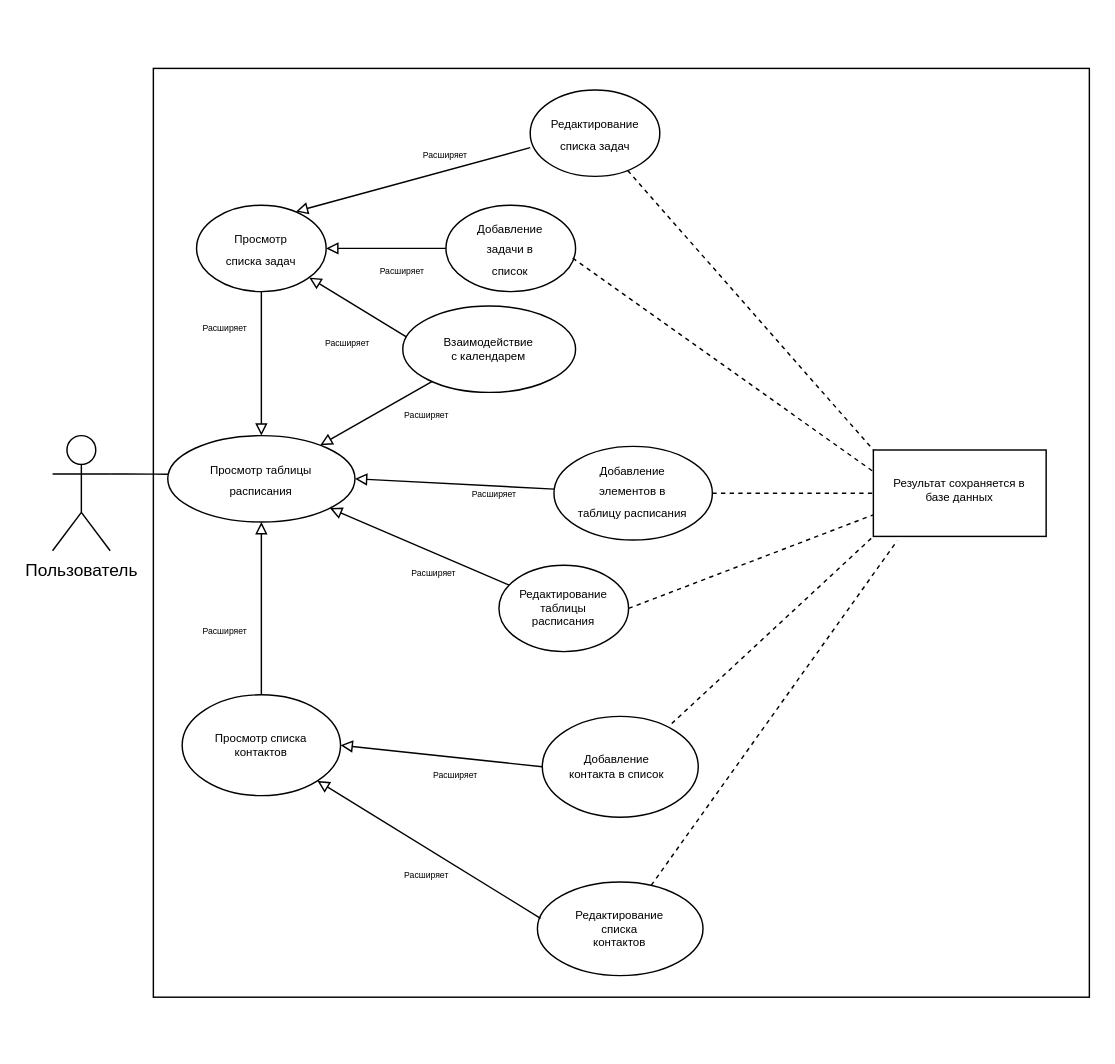
Above: page "Страница 1" (1 of 2) of Schedule/Resources/Диаграмма без названия.drawio in primmapola/Schedule (draw.io), before the change. Source tidied: cells renumbered, new cells numbered last; positions are measured from the earlier drawing's top-left corner, leaving out a move shared by most shapes. Both pictures are drawn from the tidied source at 144%, with x=0, y=0 at pixel (52, 68).
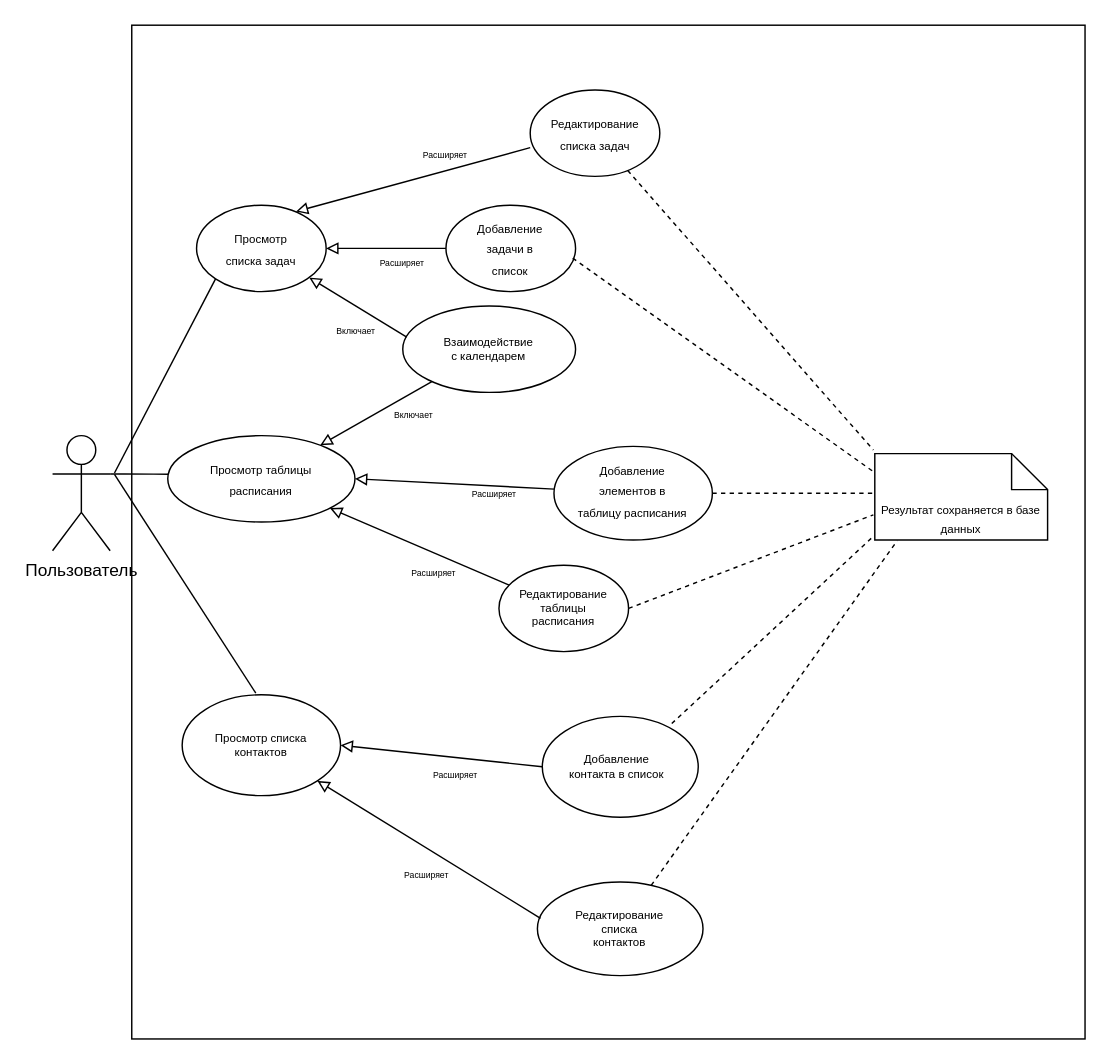
After the change.

Commit message:
Диаграмма вариантов использования 2.0 .drawio

The change refers to these unchanged cells:
```xml
<mxCell id="5" style="ellipse;whiteSpace=wrap;html=1;rounded=1;" parent="1" vertex="1">
  <mxGeometry x="80" y="255" width="130" height="60" as="geometry" />
</mxCell>
<mxCell id="8" style="ellipse;whiteSpace=wrap;html=1;fontSize=8;rounded=1;" parent="1" vertex="1">
  <mxGeometry x="90" y="435" width="110" height="70" as="geometry" />
</mxCell>
<mxCell id="14" style="ellipse;whiteSpace=wrap;html=1;fontSize=8;rounded=1;" parent="1" vertex="1">
  <mxGeometry x="310" y="345" width="90" height="60" as="geometry" />
</mxCell>
<mxCell id="19" style="ellipse;whiteSpace=wrap;html=1;" parent="1" vertex="1">
  <mxGeometry x="100" y="95" width="90" height="60" as="geometry" />
</mxCell>
<mxCell id="20" style="ellipse;whiteSpace=wrap;html=1;" parent="1" vertex="1">
  <mxGeometry x="348.2" y="262.5" width="110" height="65" as="geometry" />
</mxCell>
<mxCell id="24" style="ellipse;whiteSpace=wrap;html=1;" parent="1" vertex="1">
  <mxGeometry x="273.2" y="95" width="90" height="60" as="geometry" />
</mxCell>
<mxCell id="26" style="ellipse;whiteSpace=wrap;html=1;" parent="1" vertex="1">
  <mxGeometry x="331.7" y="15" width="90" height="60" as="geometry" />
</mxCell>
<mxCell id="30" style="ellipse;whiteSpace=wrap;html=1;fontSize=6;" parent="1" vertex="1">
  <mxGeometry x="336.7" y="565" width="115" height="65" as="geometry" />
</mxCell>
<mxCell id="31" style="ellipse;whiteSpace=wrap;html=1;fontSize=6;" parent="1" vertex="1">
  <mxGeometry x="340.1" y="450" width="108.3" height="70" as="geometry" />
</mxCell>
```

What changed in the source:
```diff
@@
-    <mxCell id="2" style="rounded=0;whiteSpace=wrap;html=1;fontSize=8;" parent="1" vertex="1">
-      <mxGeometry x="70" width="650" height="645" as="geometry" />
-    </mxCell>
+    <mxCell id="53" style="rounded=0;whiteSpace=wrap;html=1;labelBackgroundColor=none;fontSize=11;fillColor=#FFFFFF;" parent="1" vertex="1">
+      <mxGeometry x="55" y="-30" width="662" height="704" as="geometry" />
+    </mxCell>
@@
-    <mxCell id="7" style="edgeStyle=orthogonalEdgeStyle;rounded=1;jettySize=auto;html=1;exitX=0.5;exitY=0;exitDx=0;exitDy=0;entryX=0.5;entryY=1;entryDx=0;entryDy=0;fontSize=7;endArrow=block;endFill=0;" parent="1" edge="1" source="8" target="5">
-      <mxGeometry relative="1" as="geometry" />
-    </mxCell>
@@
-    <mxCell id="13" value="&lt;font style=&quot;font-size: 6px;&quot;&gt;Расширяет&lt;/font&gt;" style="text;html=1;strokeColor=none;fillColor=none;align=center;verticalAlign=middle;whiteSpace=wrap;rounded=1;fontSize=8;" parent="1" vertex="1">
-      <mxGeometry x="175" y="175" width="60" height="30" as="geometry" />
-    </mxCell>
@@
-    <mxCell id="17" style="rounded=0;whiteSpace=wrap;html=1;" parent="1" vertex="1">
-      <mxGeometry x="570" y="265" width="120" height="60" as="geometry" />
-    </mxCell>
-    <mxCell id="18" style="edgeStyle=orthogonalEdgeStyle;rounded=0;jettySize=auto;html=1;exitX=0.5;exitY=1;exitDx=0;exitDy=0;entryX=0.5;entryY=0;entryDx=0;entryDy=0;endArrow=block;endFill=0;" parent="1" edge="1" source="19" target="5">
-      <mxGeometry relative="1" as="geometry" />
-    </mxCell>
@@
-    <mxCell id="37" style="endArrow=none;dashed=1;html=1;rounded=0;fontSize=8;entryX=0;entryY=0;entryDx=0;entryDy=0;" parent="1" edge="1" source="26" target="17">
-      <mxGeometry relative="1" as="geometry" />
+    <mxCell id="37" style="endArrow=none;dashed=1;html=1;rounded=0;fontSize=8;entryX=0;entryY=0;entryDx=0;entryDy=0;" parent="1" edge="1" source="26">
+      <mxGeometry relative="1" as="geometry">
+        <mxPoint x="570" y="265" as="targetPoint" />
+      </mxGeometry>
     </mxCell>
-    <mxCell id="38" style="endArrow=none;dashed=1;html=1;rounded=0;fontSize=8;entryX=0;entryY=0.25;entryDx=0;entryDy=0;exitX=0.978;exitY=0.613;exitDx=0;exitDy=0;exitPerimeter=0;" parent="1" edge="1" source="24" target="17">
-      <mxGeometry relative="1" as="geometry" />
+    <mxCell id="38" style="endArrow=none;dashed=1;html=1;rounded=0;fontSize=8;entryX=0;entryY=0.25;entryDx=0;entryDy=0;exitX=0.978;exitY=0.613;exitDx=0;exitDy=0;exitPerimeter=0;" parent="1" edge="1" source="24">
+      <mxGeometry relative="1" as="geometry">
+        <mxPoint x="570" y="280" as="targetPoint" />
+      </mxGeometry>
     </mxCell>
-    <mxCell id="39" style="endArrow=none;dashed=1;html=1;rounded=0;fontSize=8;entryX=0;entryY=0.5;entryDx=0;entryDy=0;exitX=1;exitY=0.5;exitDx=0;exitDy=0;" parent="1" edge="1" source="20" target="17">
-      <mxGeometry relative="1" as="geometry" />
+    <mxCell id="39" style="endArrow=none;dashed=1;html=1;rounded=0;fontSize=8;entryX=0;entryY=0.5;entryDx=0;entryDy=0;exitX=1;exitY=0.5;exitDx=0;exitDy=0;" parent="1" edge="1" source="20">
+      <mxGeometry relative="1" as="geometry">
+        <mxPoint x="570" y="295" as="targetPoint" />
+      </mxGeometry>
     </mxCell>
-    <mxCell id="40" style="endArrow=none;dashed=1;html=1;rounded=0;fontSize=8;exitX=1;exitY=0.5;exitDx=0;exitDy=0;entryX=0;entryY=0.75;entryDx=0;entryDy=0;" parent="1" edge="1" source="14" target="17">
-      <mxGeometry relative="1" as="geometry" />
+    <mxCell id="40" style="endArrow=none;dashed=1;html=1;rounded=0;fontSize=8;exitX=1;exitY=0.5;exitDx=0;exitDy=0;entryX=0;entryY=0.75;entryDx=0;entryDy=0;" parent="1" edge="1" source="14">
+      <mxGeometry relative="1" as="geometry">
+        <mxPoint x="570" y="310" as="targetPoint" />
+      </mxGeometry>
     </mxCell>
-    <mxCell id="41" style="endArrow=none;dashed=1;html=1;rounded=0;fontSize=8;entryX=0;entryY=1;entryDx=0;entryDy=0;exitX=0.83;exitY=0.071;exitDx=0;exitDy=0;exitPerimeter=0;" parent="1" edge="1" source="31" target="17">
-      <mxGeometry relative="1" as="geometry" />
+    <mxCell id="41" style="endArrow=none;dashed=1;html=1;rounded=0;fontSize=8;entryX=0;entryY=1;entryDx=0;entryDy=0;exitX=0.83;exitY=0.071;exitDx=0;exitDy=0;exitPerimeter=0;" parent="1" edge="1" source="31">
+      <mxGeometry relative="1" as="geometry">
+        <mxPoint x="570" y="325" as="targetPoint" />
+      </mxGeometry>
     </mxCell>
-    <mxCell id="42" style="endArrow=none;dashed=1;html=1;rounded=0;fontSize=8;entryX=0.138;entryY=1.049;entryDx=0;entryDy=0;entryPerimeter=0;" parent="1" edge="1" source="30" target="17">
-      <mxGeometry relative="1" as="geometry" />
+    <mxCell id="42" style="endArrow=none;dashed=1;html=1;rounded=0;fontSize=8;entryX=0.138;entryY=1.049;entryDx=0;entryDy=0;entryPerimeter=0;" parent="1" edge="1" source="30">
+      <mxGeometry relative="1" as="geometry">
+        <mxPoint x="586.6" y="327.9" as="targetPoint" />
+      </mxGeometry>
     </mxCell>
-    <mxCell id="43" value="Результат сохраняется в базе данных" style="text;html=1;strokeColor=none;fillColor=none;align=center;verticalAlign=middle;whiteSpace=wrap;rounded=0;fontSize=8;" parent="1" vertex="1">
-      <mxGeometry x="580" y="278" width="100" height="30" as="geometry" />
-    </mxCell>
-    <mxCell id="44" value="&lt;font style=&quot;font-size: 6px;&quot;&gt;Расширяет&lt;/font&gt;" style="text;html=1;strokeColor=none;fillColor=none;align=center;verticalAlign=middle;whiteSpace=wrap;rounded=1;fontSize=8;" parent="1" vertex="1">
-      <mxGeometry x="90" y="165" width="60" height="30" as="geometry" />
-    </mxCell>
     <mxCell id="45" value="&lt;font style=&quot;font-size: 6px;&quot;&gt;Расширяет&lt;/font&gt;" style="text;html=1;strokeColor=none;fillColor=none;align=center;verticalAlign=middle;whiteSpace=wrap;rounded=1;fontSize=8;" parent="1" vertex="1">
-      <mxGeometry x="213.2" y="125" width="60" height="30" as="geometry" />
+      <mxGeometry x="213.2" y="120" width="60" height="30" as="geometry" />
     </mxCell>
@@
-    <mxCell id="47" value="&lt;font style=&quot;font-size: 6px;&quot;&gt;Расширяет&lt;/font&gt;" style="text;html=1;strokeColor=none;fillColor=none;align=center;verticalAlign=middle;whiteSpace=wrap;rounded=1;fontSize=8;" parent="1" vertex="1">
-      <mxGeometry x="230" y="225" width="60" height="30" as="geometry" />
+    <mxCell id="47" value="&lt;font style=&quot;font-size: 6px;&quot;&gt;Включает&lt;br&gt;&lt;/font&gt;" style="text;html=1;strokeColor=none;fillColor=none;align=center;verticalAlign=middle;whiteSpace=wrap;rounded=1;fontSize=8;" parent="1" vertex="1">
+      <mxGeometry x="221" y="225" width="60" height="30" as="geometry" />
     </mxCell>
@@
-    <mxCell id="51" value="&lt;font style=&quot;font-size: 6px;&quot;&gt;Расширяет&lt;/font&gt;" style="text;html=1;strokeColor=none;fillColor=none;align=center;verticalAlign=middle;whiteSpace=wrap;rounded=1;fontSize=8;" parent="1" vertex="1">
-      <mxGeometry x="90" y="375" width="60" height="30" as="geometry" />
-    </mxCell>
@@
+    <mxCell id="54" style="endArrow=none;html=1;rounded=0;fontSize=11;entryX=0.465;entryY=-0.016;entryDx=0;entryDy=0;entryPerimeter=0;" parent="1" edge="1" target="8">
+      <mxGeometry relative="1" as="geometry">
+        <mxPoint x="43" y="282" as="sourcePoint" />
+      </mxGeometry>
+    </mxCell>
+    <mxCell id="55" style="endArrow=none;html=1;rounded=0;fontSize=11;exitX=0;exitY=1;exitDx=0;exitDy=0;" parent="1" edge="1" source="19">
+      <mxGeometry relative="1" as="geometry">
+        <mxPoint x="43" y="281" as="targetPoint" />
+      </mxGeometry>
+    </mxCell>
+    <mxCell id="56" value="&lt;font style=&quot;font-size: 6px;&quot;&gt;Включает&lt;br&gt;&lt;/font&gt;" style="text;html=1;strokeColor=none;fillColor=none;align=center;verticalAlign=middle;whiteSpace=wrap;rounded=1;fontSize=8;" parent="1" vertex="1">
+      <mxGeometry x="181" y="167" width="60" height="30" as="geometry" />
+    </mxCell>
+    <mxCell id="43" value="&lt;span style=&quot;font-size: 8px;&quot;&gt;Результат сохраняется в базе данных&lt;/span&gt;" style="shape=note2;boundedLbl=1;whiteSpace=wrap;html=1;size=25;verticalAlign=top;align=center;labelBackgroundColor=none;fontSize=11;fillColor=#FFFFFF;" parent="1" vertex="1">
+      <mxGeometry x="571" y="267.5" width="120" height="60" as="geometry" />
+    </mxCell>
```
